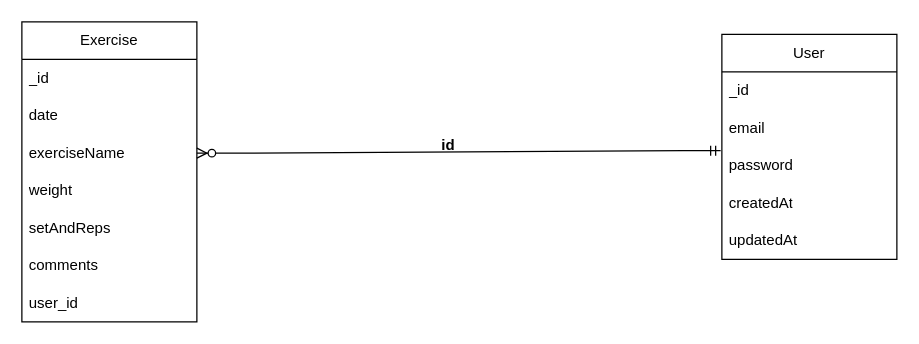
Above: ReportImages/RelationshipDiagram.drawio in DAghaSolent/COM519Assessment (draw.io), before the change. Source tidied: cells renumbered, new cells numbered last; positions are measured from the earlier drawing's top-left corner, leaving out a move shared by most shapes. Both pictures are drawn from the tidied source at 125%, with x=0, y=0 at pixel (21, 21).
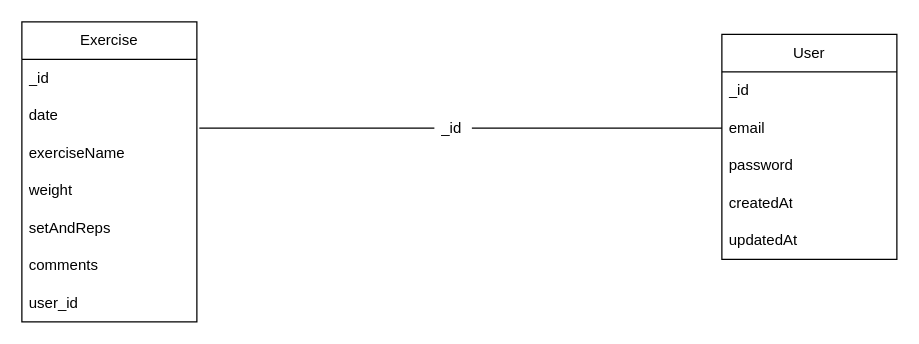
The same page after the edit.

Unchanged cells that the change refers to:
```xml
<mxCell id="4" value="email" style="text;strokeColor=none;fillColor=none;align=left;verticalAlign=middle;spacingLeft=4;spacingRight=4;overflow=hidden;points=[[0,0.5],[1,0.5]];portConstraint=eastwest;whiteSpace=wrap;html=1;" parent="2" vertex="1">
  <mxGeometry y="60" width="140" height="30" as="geometry" />
</mxCell>
<mxCell id="5" value="password" style="text;strokeColor=none;fillColor=none;align=left;verticalAlign=middle;spacingLeft=4;spacingRight=4;overflow=hidden;points=[[0,0.5],[1,0.5]];portConstraint=eastwest;whiteSpace=wrap;html=1;" parent="2" vertex="1">
  <mxGeometry y="90" width="140" height="30" as="geometry" />
</mxCell>
<mxCell id="11" value="exerciseName" style="text;strokeColor=none;fillColor=none;align=left;verticalAlign=middle;spacingLeft=4;spacingRight=4;overflow=hidden;points=[[0,0.5],[1,0.5]];portConstraint=eastwest;whiteSpace=wrap;html=1;" parent="8" vertex="1">
  <mxGeometry y="90" width="140" height="30" as="geometry" />
</mxCell>
```

What changed in the source:
```diff
@@
-    <mxCell id="16" style="edgeStyle=entityRelationEdgeStyle;fontSize=12;html=1;endArrow=ERzeroToMany;startArrow=ERmandOne;rounded=0;exitX=-0.007;exitY=0.1;exitDx=0;exitDy=0;exitPerimeter=0;entryX=1;entryY=0.5;entryDx=0;entryDy=0;" parent="1" edge="1" source="5" target="11">
-      <mxGeometry relative="1" as="geometry" />
-    </mxCell>
-    <mxCell id="17" value="id" style="text;strokeColor=none;fillColor=none;spacingLeft=4;spacingRight=4;overflow=hidden;fontSize=12;fontStyle=1;" parent="1" vertex="1">
-      <mxGeometry x="330" y="85" width="40" height="30" as="geometry" />
-    </mxCell>
+    <mxCell id="18" style="endArrow=none;html=1;rounded=0;entryX=1.014;entryY=-0.167;entryDx=0;entryDy=0;entryPerimeter=0;startArrow=none;" parent="1" edge="1" target="11">
+      <mxGeometry relative="1" as="geometry">
+        <mxPoint x="330" y="85" as="sourcePoint" />
+      </mxGeometry>
+    </mxCell>
+    <mxCell id="19" style="endArrow=none;html=1;rounded=0;exitX=0;exitY=0.5;exitDx=0;exitDy=0;" parent="1" edge="1" source="4">
+      <mxGeometry relative="1" as="geometry">
+        <mxPoint x="360" y="85" as="targetPoint" />
+      </mxGeometry>
+    </mxCell>
+    <mxCell id="20" value="_id" style="text;html=1;strokeColor=none;fillColor=none;align=center;verticalAlign=middle;whiteSpace=wrap;rounded=0;" parent="1" vertex="1">
+      <mxGeometry x="314" y="70" width="60" height="30" as="geometry" />
+    </mxCell>
```
